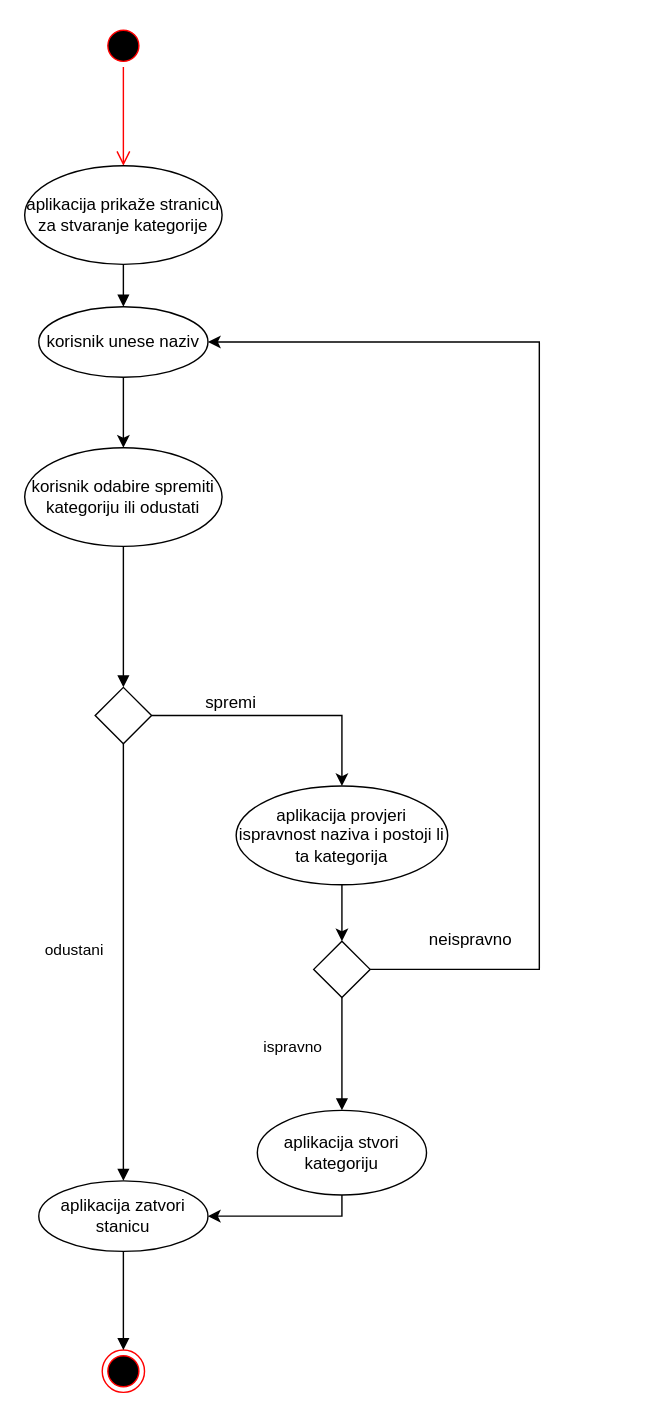
Above: page "Stvaranje kategorije" (1 of 3) of doc/aktivnosti_kategorija.drawio in avucak/upi_20_budget (draw.io), before the change. Source tidied: cells renumbered, new cells numbered last; positions are measured from the earlier drawing's top-left corner, leaving out a move shared by most shapes. Both pictures are drawn from the tidied source at 141%, with x=0, y=0 at pixel (24, 24).
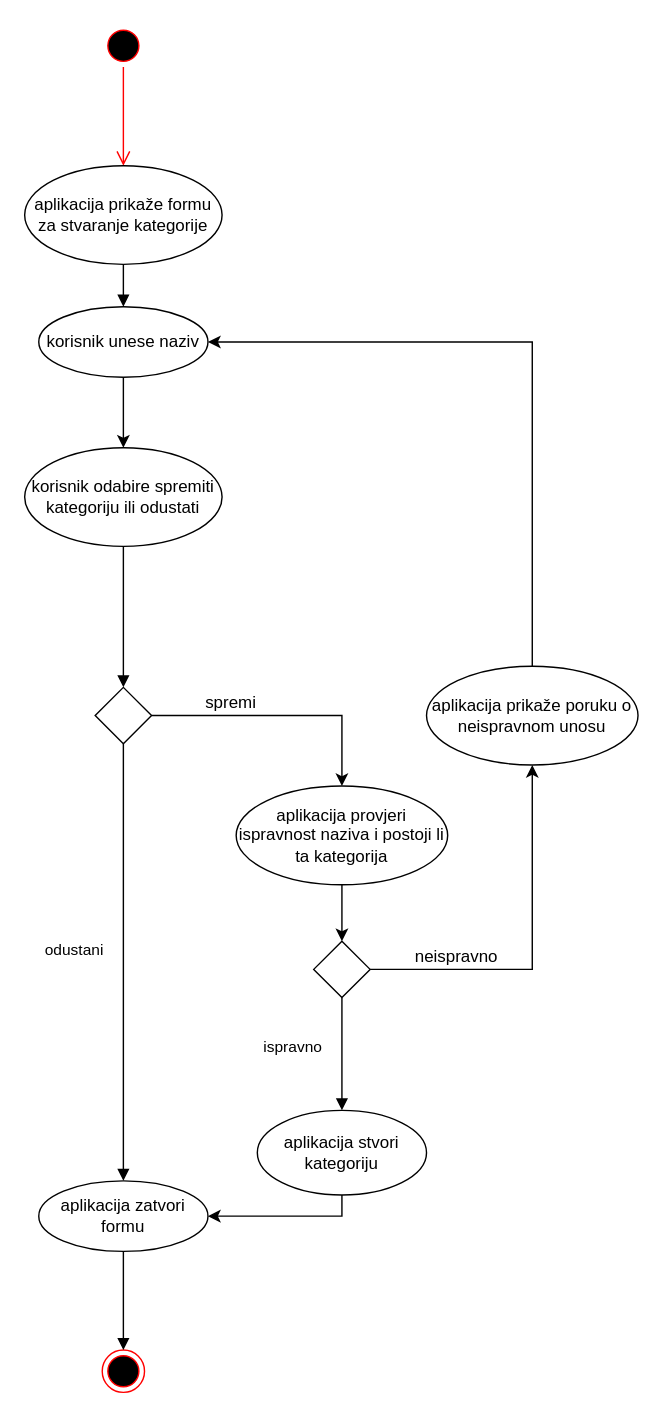
After the change.

Unchanged cells that the change refers to:
```xml
<mxCell id="6" value="korisnik unese naziv" style="ellipse;whiteSpace=wrap;html=1;" parent="1" vertex="1">
  <mxGeometry x="10" y="200" width="120" height="50" as="geometry" />
</mxCell>
<mxCell id="13" style="strokeWidth=1;html=1;shape=mxgraph.flowchart.decision;whiteSpace=wrap;" parent="1" vertex="1">
  <mxGeometry x="205" y="650" width="40" height="40" as="geometry" />
</mxCell>
```

The edit, as a diff of the source:
```diff
@@
-    <mxCell id="4" value="aplikacija prikaže stranicu za stvaranje kategorije" style="ellipse;whiteSpace=wrap;html=1;" parent="1" vertex="1">
+    <mxCell id="4" value="aplikacija prikaže formu za stvaranje kategorije" style="ellipse;whiteSpace=wrap;html=1;" parent="1" vertex="1">
       <mxGeometry y="100" width="140" height="70" as="geometry" />
     </mxCell>
@@
-    <mxCell id="11" style="edgeStyle=orthogonalEdgeStyle;rounded=0;jettySize=auto;html=1;exitX=1;exitY=0.5;exitDx=0;exitDy=0;exitPerimeter=0;entryX=1;entryY=0.5;entryDx=0;entryDy=0;" parent="1" edge="1" source="13" target="6">
-      <mxGeometry relative="1" as="geometry">
-        <Array as="points">
-          <mxPoint x="365" y="670" />
-          <mxPoint x="365" y="225" />
-        </Array>
-      </mxGeometry>
-    </mxCell>
+    <mxCell id="25" style="edgeStyle=orthogonalEdgeStyle;rounded=0;jettySize=auto;html=1;exitX=1;exitY=0.5;exitDx=0;exitDy=0;exitPerimeter=0;entryX=0.5;entryY=1;entryDx=0;entryDy=0;" parent="1" edge="1" source="13" target="27">
+      <mxGeometry relative="1" as="geometry" />
+    </mxCell>
-    <mxCell id="12" value="neispravno" style="text;html=1;align=center;verticalAlign=middle;labelBackgroundColor=#ffffff;" parent="11" vertex="1">
-      <mxGeometry x="-0.44" y="-2" relative="1" as="geometry">
-        <mxPoint x="-52" y="82" as="offset" />
+    <mxCell id="12" value="neispravno" style="text;html=1;align=center;verticalAlign=middle;labelBackgroundColor=#ffffff;" parent="25" vertex="1">
+      <mxGeometry x="-0.45" y="-1" relative="1" as="geometry">
+        <mxPoint x="-12" y="-11" as="offset" />
       </mxGeometry>
     </mxCell>
@@
-    <mxCell id="19" value="aplikacija zatvori stanicu" style="ellipse;whiteSpace=wrap;html=1;strokeWidth=1;" parent="1" vertex="1">
+    <mxCell id="19" value="aplikacija zatvori formu" style="ellipse;whiteSpace=wrap;html=1;strokeWidth=1;" parent="1" vertex="1">
       <mxGeometry x="10" y="820" width="120" height="50" as="geometry" />
     </mxCell>
@@
+    <mxCell id="26" style="edgeStyle=orthogonalEdgeStyle;rounded=0;jettySize=auto;html=1;exitX=0.5;exitY=0;exitDx=0;exitDy=0;entryX=1;entryY=0.5;entryDx=0;entryDy=0;" parent="1" edge="1" source="27" target="6">
+      <mxGeometry relative="1" as="geometry" />
+    </mxCell>
+    <mxCell id="27" value="aplikacija prikaže poruku o neispravnom unosu" style="ellipse;whiteSpace=wrap;html=1;" parent="1" vertex="1">
+      <mxGeometry x="285" y="455" width="150" height="70" as="geometry" />
+    </mxCell>
```
